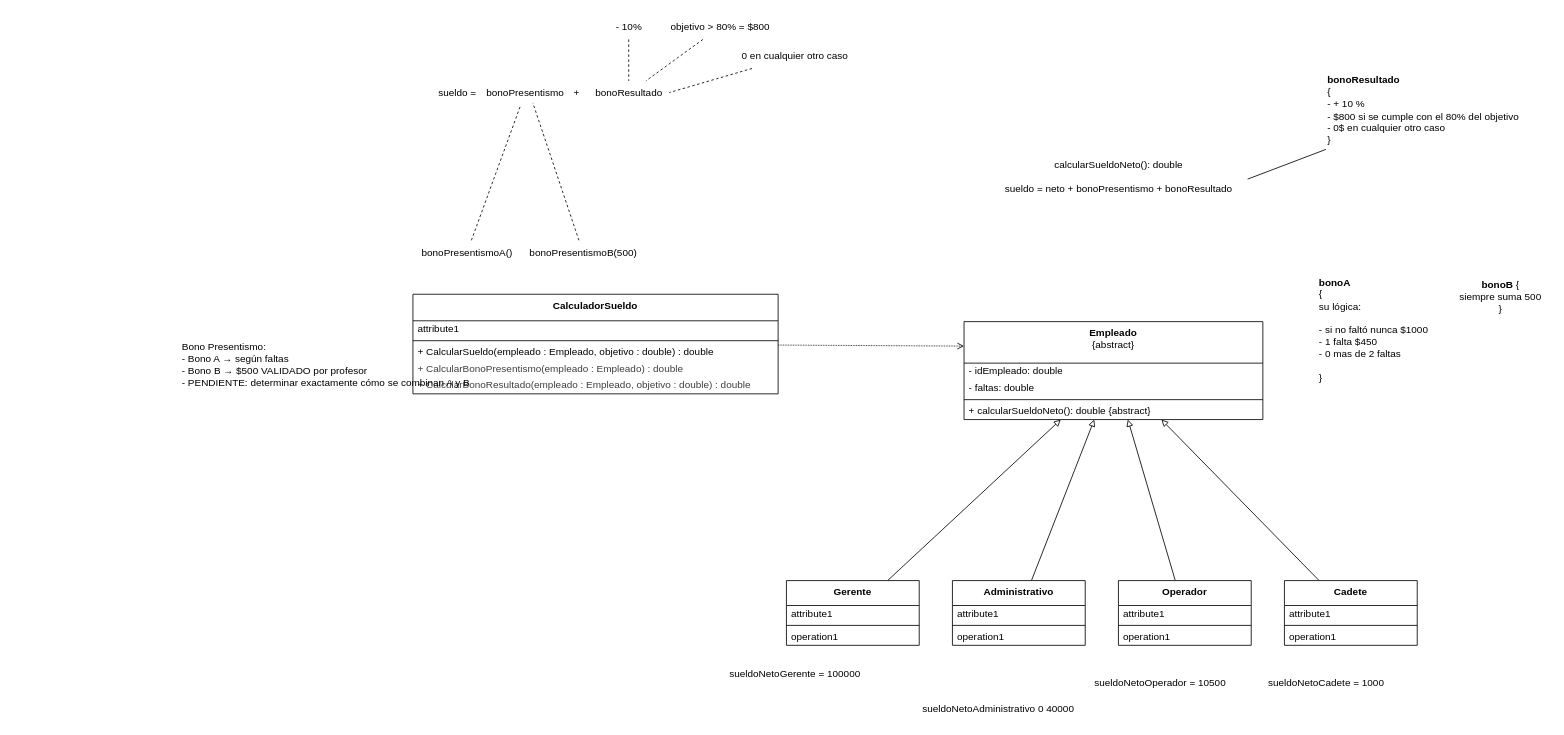
Above: src/Herencia/Herencia02_sueldos/Herencia02_CS.dio in gastonjavierricchiardi/ejercicios-csharp-utn-2026 (draw.io), before the change. Source tidied: cells renumbered, new cells numbered last; positions are measured from the earlier drawing's top-left corner, leaving out a move shared by most shapes. Both pictures are drawn from the tidied source at 83%, with x=0, y=0 at pixel (180, 14).
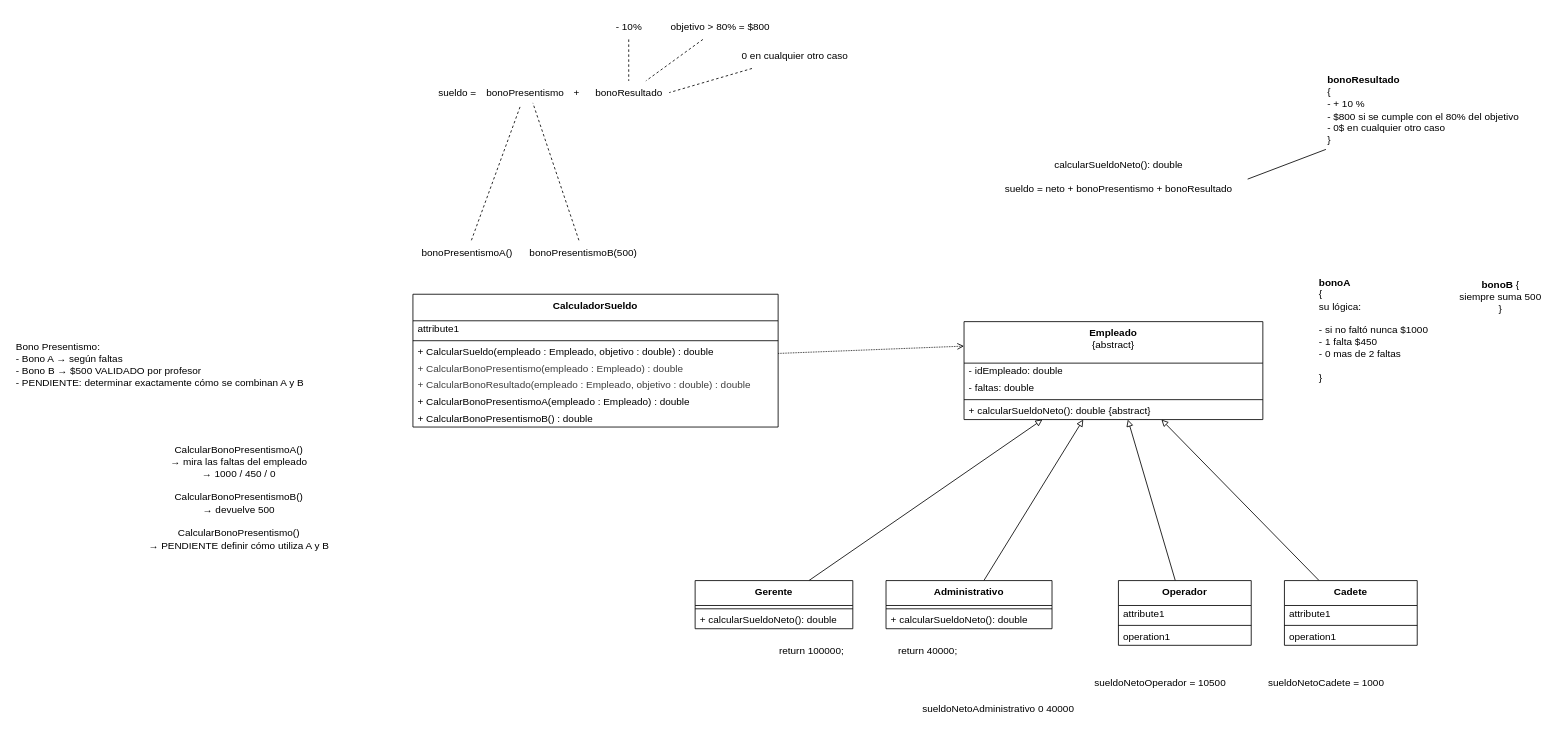
The same page after the edit.

The edit, as a diff of the source:
```diff
@@
     <mxCell id="8" value="&lt;b&gt;Gerente&lt;/b&gt;" style="swimlane;fontStyle=0;align=center;verticalAlign=top;horizontal=1;startSize=30;html=1;whiteSpace=wrap;" parent="1" vertex="1">
-      <mxGeometry x="730" y="682" width="160" height="78" as="geometry" />
+      <mxGeometry x="620" y="682" width="190" height="58" as="geometry" />
     </mxCell>
-    <mxCell id="9" value="attribute1" style="text;html=1;strokeColor=none;fillColor=none;align=left;verticalAlign=middle;spacingLeft=4;spacingRight=4;overflow=hidden;whiteSpace=wrap;" parent="8" vertex="1">
-      <mxGeometry y="30" width="160" height="20" as="geometry" />
-    </mxCell>
     <mxCell id="10" style="line;strokeWidth=1;fillColor=none;align=left;verticalAlign=middle;spacingTop=-1;spacingLeft=3;spacingRight=3;labelPosition=right;" parent="8" vertex="1">
-      <mxGeometry y="50" width="160" height="8" as="geometry" />
+      <mxGeometry y="30" width="190" height="8" as="geometry" />
     </mxCell>
-    <mxCell id="11" value="operation1" style="text;html=1;strokeColor=none;fillColor=none;align=left;verticalAlign=middle;spacingLeft=4;spacingRight=4;overflow=hidden;whiteSpace=wrap;" parent="8" vertex="1">
-      <mxGeometry y="58" width="160" height="20" as="geometry" />
-    </mxCell>
+    <mxCell id="58" value="+ calcularSueldoNeto(): double" style="text;html=1;strokeColor=none;fillColor=none;align=left;verticalAlign=middle;spacingLeft=4;spacingRight=4;overflow=hidden;whiteSpace=wrap;" parent="8" vertex="1">
+      <mxGeometry y="38" width="190" height="20" as="geometry" />
+    </mxCell>
@@
     <mxCell id="13" value="&lt;b&gt;Administrativo&lt;/b&gt;" style="swimlane;fontStyle=0;align=center;verticalAlign=top;horizontal=1;startSize=30;html=1;whiteSpace=wrap;" parent="1" vertex="1">
-      <mxGeometry x="930" y="682" width="160" height="78" as="geometry" />
+      <mxGeometry x="850" y="682" width="200" height="58" as="geometry" />
     </mxCell>
-    <mxCell id="14" value="attribute1" style="text;html=1;strokeColor=none;fillColor=none;align=left;verticalAlign=middle;spacingLeft=4;spacingRight=4;overflow=hidden;whiteSpace=wrap;" parent="13" vertex="1">
-      <mxGeometry y="30" width="160" height="20" as="geometry" />
-    </mxCell>
     <mxCell id="15" style="line;strokeWidth=1;fillColor=none;align=left;verticalAlign=middle;spacingTop=-1;spacingLeft=3;spacingRight=3;labelPosition=right;" parent="13" vertex="1">
-      <mxGeometry y="50" width="160" height="8" as="geometry" />
+      <mxGeometry y="30" width="200" height="8" as="geometry" />
     </mxCell>
-    <mxCell id="16" value="operation1" style="text;html=1;strokeColor=none;fillColor=none;align=left;verticalAlign=middle;spacingLeft=4;spacingRight=4;overflow=hidden;whiteSpace=wrap;" parent="13" vertex="1">
-      <mxGeometry y="58" width="160" height="20" as="geometry" />
-    </mxCell>
+    <mxCell id="59" value="+ calcularSueldoNeto(): double" style="text;html=1;strokeColor=none;fillColor=none;align=left;verticalAlign=middle;spacingLeft=4;spacingRight=4;overflow=hidden;whiteSpace=wrap;" parent="13" vertex="1">
+      <mxGeometry y="38" width="200" height="20" as="geometry" />
+    </mxCell>
@@
-    <mxCell id="27" value="sueldoNetoGerente = 100000" style="text;html=1;align=center;verticalAlign=middle;strokeColor=none;fillColor=none;" parent="1" vertex="1">
-      <mxGeometry x="650" y="780" width="180" height="30" as="geometry" />
+    <mxCell id="27" value="return 100000;" style="text;html=1;align=center;verticalAlign=middle;strokeColor=none;fillColor=none;" parent="1" vertex="1">
+      <mxGeometry x="710" y="752" width="100" height="30" as="geometry" />
     </mxCell>
@@
     <mxCell id="51" value="&lt;b&gt;CalculadorSueldo&lt;/b&gt;" style="swimlane;fontStyle=0;align=center;verticalAlign=top;horizontal=1;startSize=32;html=1;whiteSpace=wrap;" parent="1" vertex="1">
-      <mxGeometry x="280" y="337" width="440" height="120" as="geometry" />
+      <mxGeometry x="280" y="337" width="440" height="160" as="geometry" />
     </mxCell>
@@
+    <mxCell id="60" value="&lt;span style=&quot;color: rgb(0, 0, 0); text-align: center; white-space: nowrap;&quot;&gt;+ CalcularBonoPresentismoA(empleado : Empleado) : double&lt;/span&gt;" style="text;html=1;strokeColor=none;fillColor=none;align=left;verticalAlign=middle;spacingLeft=4;spacingRight=4;overflow=hidden;whiteSpace=wrap;" parent="51" vertex="1">
+      <mxGeometry y="120" width="440" height="20" as="geometry" />
+    </mxCell>
+    <mxCell id="61" value="&lt;span style=&quot;color: rgb(0, 0, 0); text-align: center; white-space: nowrap;&quot;&gt;+ CalcularBonoPresentismoB() : double&lt;/span&gt;" style="text;html=1;strokeColor=none;fillColor=none;align=left;verticalAlign=middle;spacingLeft=4;spacingRight=4;overflow=hidden;whiteSpace=wrap;" parent="51" vertex="1">
+      <mxGeometry y="140" width="440" height="20" as="geometry" />
+    </mxCell>
     <mxCell id="57" value="&lt;div&gt;&lt;font color=&quot;#000000&quot;&gt;Bono Presentismo:&lt;/font&gt;&lt;/div&gt;&lt;div&gt;&lt;font color=&quot;#000000&quot;&gt;- Bono A → según faltas&lt;/font&gt;&lt;/div&gt;&lt;div&gt;&lt;font color=&quot;#000000&quot;&gt;- Bono B → $500 VALIDADO por profesor&lt;/font&gt;&lt;/div&gt;&lt;div&gt;&lt;font color=&quot;#000000&quot;&gt;- PENDIENTE: determinar exactamente cómo se combinan A y B&lt;/font&gt;&lt;/div&gt;" style="text;html=1;align=left;verticalAlign=middle;strokeColor=none;fillColor=none;" parent="1" vertex="1">
-      <mxGeometry y="387" width="370" height="70" as="geometry" />
+      <mxGeometry x="-200" y="387" width="370" height="70" as="geometry" />
     </mxCell>
+    <mxCell id="62" value="&lt;div&gt;&lt;font color=&quot;#000000&quot;&gt;CalcularBonoPresentismoA()&lt;/font&gt;&lt;/div&gt;&lt;div&gt;&lt;font color=&quot;#000000&quot;&gt;→ mira las faltas del empleado&lt;/font&gt;&lt;/div&gt;&lt;div&gt;&lt;font color=&quot;#000000&quot;&gt;→ 1000 / 450 / 0&lt;/font&gt;&lt;/div&gt;&lt;div&gt;&lt;font color=&quot;#000000&quot;&gt;&lt;br&gt;&lt;/font&gt;&lt;/div&gt;&lt;div&gt;&lt;font color=&quot;#000000&quot;&gt;CalcularBonoPresentismoB()&lt;/font&gt;&lt;/div&gt;&lt;div&gt;&lt;font color=&quot;#000000&quot;&gt;→ devuelve 500&lt;/font&gt;&lt;/div&gt;&lt;div&gt;&lt;font color=&quot;#000000&quot;&gt;&lt;br&gt;&lt;/font&gt;&lt;/div&gt;&lt;div&gt;&lt;font color=&quot;#000000&quot;&gt;CalcularBonoPresentismo()&lt;/font&gt;&lt;/div&gt;&lt;div&gt;&lt;font color=&quot;#000000&quot;&gt;→ PENDIENTE definir cómo utiliza A y B&lt;/font&gt;&lt;/div&gt;" style="text;html=1;align=center;verticalAlign=middle;strokeColor=none;fillColor=none;" parent="1" vertex="1">
+      <mxGeometry x="-50" y="512" width="240" height="140" as="geometry" />
+    </mxCell>
+    <mxCell id="63" value="return 40000;" style="text;html=1;align=center;verticalAlign=middle;strokeColor=none;fillColor=none;" parent="1" vertex="1">
+      <mxGeometry x="855" y="752" width="90" height="30" as="geometry" />
+    </mxCell>
```
